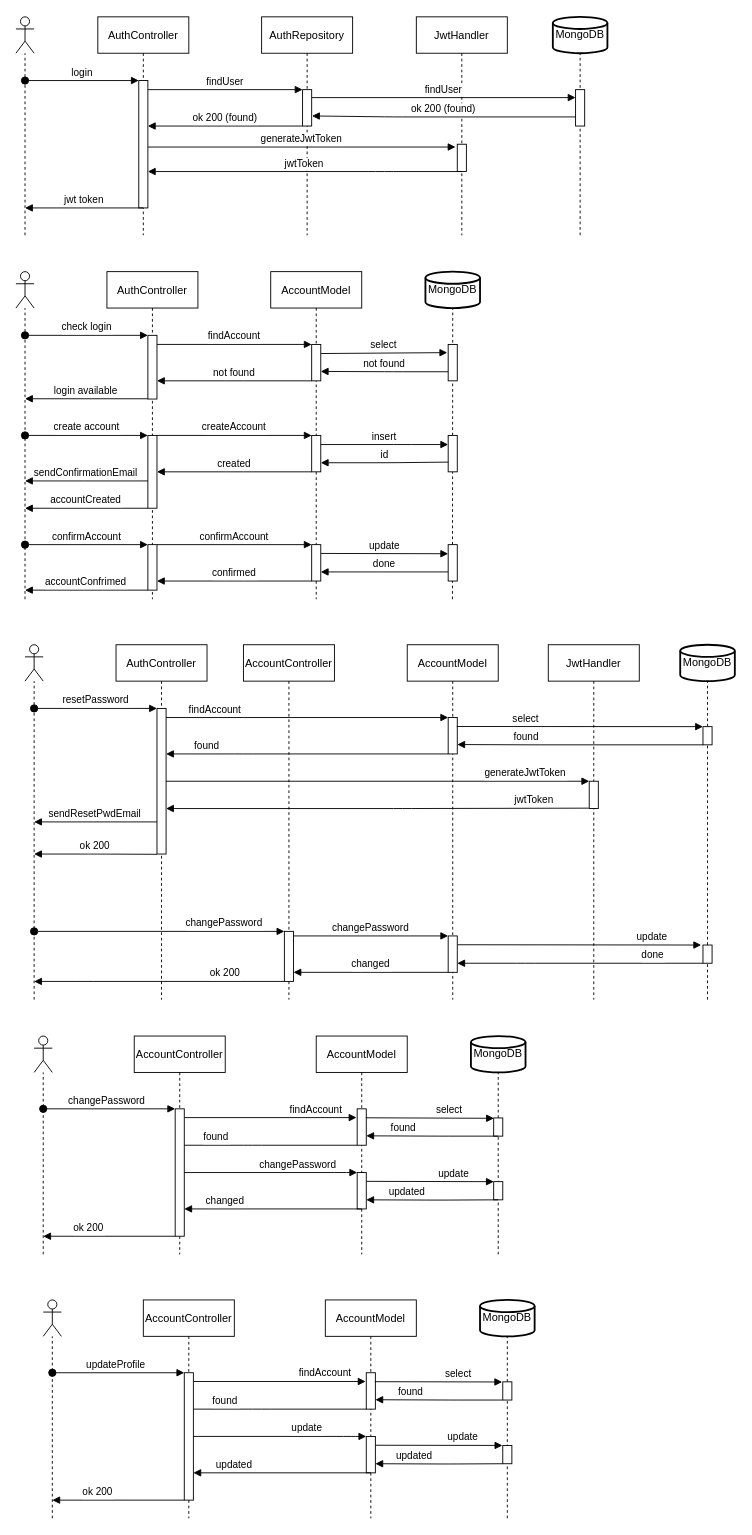
Above: diagrams/auth.drawio in shardoc/shardoc.github.io (draw.io), before the change. Source tidied: cells renumbered, new cells numbered last; positions are measured from the earlier drawing's top-left corner, leaving out a move shared by most shapes. Both pictures are drawn from the tidied source at 91%, with x=0, y=0 at pixel (15, 16).
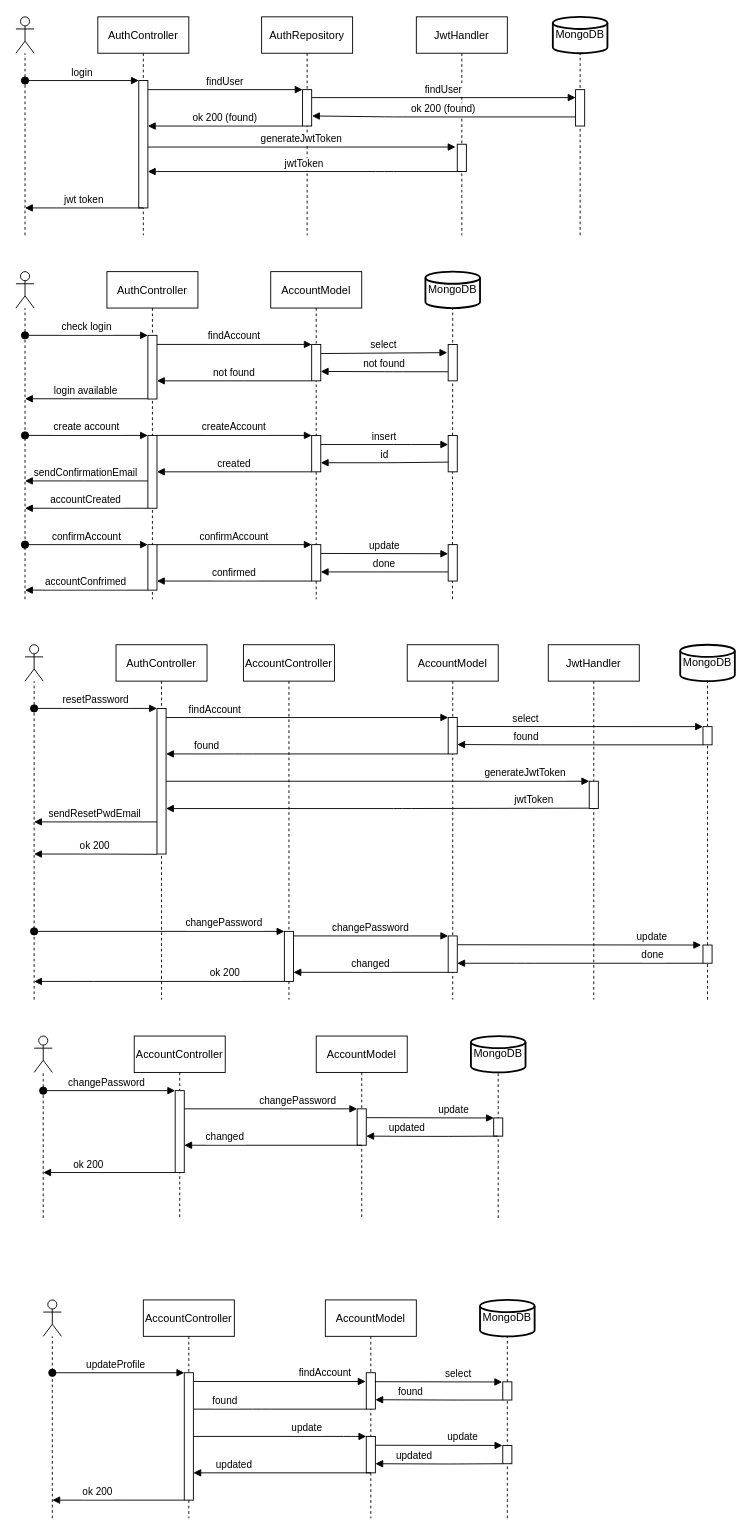
Above is the later version.

The change refers to these unchanged cells:
```xml
<mxCell id="90" style="shape=umlActor;verticalLabelPosition=bottom;verticalAlign=top;html=1;outlineConnect=0;" parent="1" vertex="1">
  <mxGeometry x="20" y="1120" width="20" height="40" as="geometry" />
</mxCell>
<mxCell id="94" value="MongoDB" style="strokeWidth=2;html=1;shape=mxgraph.flowchart.database;whiteSpace=wrap;" parent="1" vertex="1">
  <mxGeometry x="500" y="1120" width="60" height="40" as="geometry" />
</mxCell>
```

Diff of the diagram source:
```diff
@@
     <mxCell id="85" value="AccountModel" style="shape=umlLifeline;perimeter=lifelinePerimeter;rounded=0;shadow=0;strokeWidth=1;" parent="1" vertex="1">
-      <mxGeometry x="330" y="1120" width="100" height="240" as="geometry" />
+      <mxGeometry x="330" y="1120" width="100" height="200" as="geometry" />
     </mxCell>
-    <mxCell id="86" style="points=[];perimeter=orthogonalPerimeter;rounded=0;shadow=0;strokeWidth=1;" parent="85" vertex="1">
-      <mxGeometry x="45" y="80" width="10" height="40" as="geometry" />
-    </mxCell>
     <mxCell id="87" style="points=[];perimeter=orthogonalPerimeter;rounded=0;shadow=0;strokeWidth=1;" parent="85" vertex="1">
-      <mxGeometry x="45" y="150" width="10" height="40" as="geometry" />
+      <mxGeometry x="45" y="80" width="10" height="40" as="geometry" />
     </mxCell>
-    <mxCell id="88" value="findAccount" style="verticalAlign=bottom;endArrow=block;shadow=0;strokeWidth=1;entryX=-0.074;entryY=0.241;entryDx=0;entryDy=0;entryPerimeter=0;" parent="1" edge="1" source="102" target="86">
-      <mxGeometry x="0.53" relative="1" as="geometry" />
-    </mxCell>
-    <mxCell id="89" value="found" style="verticalAlign=bottom;endArrow=block;shadow=0;strokeWidth=1;" parent="1" edge="1" source="86">
-      <mxGeometry x="0.55" relative="1" as="geometry">
-        <mxPoint x="175" y="1240" as="targetPoint" />
-        <Array as="points">
-          <mxPoint x="260" y="1240" />
-        </Array>
-      </mxGeometry>
-    </mxCell>
@@
     <mxCell id="91" style="endArrow=none;dashed=1;html=1;" parent="1" edge="1" target="90">
       <mxGeometry relative="1" as="geometry">
-        <mxPoint x="30" y="1360" as="sourcePoint" />
+        <mxPoint x="30" y="1320" as="sourcePoint" />
       </mxGeometry>
     </mxCell>
     <mxCell id="92" value="changePassword" style="verticalAlign=bottom;startArrow=oval;endArrow=block;startSize=8;shadow=0;strokeWidth=1;" parent="1" edge="1">
       <mxGeometry x="-0.03" relative="1" as="geometry">
-        <mxPoint x="30" y="1200" as="sourcePoint" />
-        <mxPoint x="175" y="1200" as="targetPoint" />
+        <mxPoint x="30" y="1180" as="sourcePoint" />
+        <mxPoint x="175" y="1180" as="targetPoint" />
       </mxGeometry>
     </mxCell>
     <mxCell id="93" value="ok 200" style="verticalAlign=bottom;endArrow=block;shadow=0;strokeWidth=1;" parent="1" edge="1">
       <mxGeometry x="0.31" relative="1" as="geometry">
-        <mxPoint x="175" y="1340" as="sourcePoint" />
-        <mxPoint x="30" y="1340" as="targetPoint" />
+        <mxPoint x="175" y="1270" as="sourcePoint" />
+        <mxPoint x="30" y="1270" as="targetPoint" />
         <Array as="points">
-          <mxPoint x="100" y="1340" />
+          <mxPoint x="100" y="1270" />
         </Array>
       </mxGeometry>
     </mxCell>
@@
     <mxCell id="95" style="endArrow=none;dashed=1;html=1;entryX=0.5;entryY=1;entryDx=0;entryDy=0;entryPerimeter=0;" parent="1" edge="1" target="94">
       <mxGeometry relative="1" as="geometry">
-        <mxPoint x="530" y="1360" as="sourcePoint" />
+        <mxPoint x="530" y="1320" as="sourcePoint" />
       </mxGeometry>
     </mxCell>
-    <mxCell id="96" style="points=[];perimeter=orthogonalPerimeter;rounded=0;shadow=0;strokeWidth=1;" parent="1" vertex="1">
-      <mxGeometry x="525" y="1210" width="10" height="20" as="geometry" />
-    </mxCell>
-    <mxCell id="97" value="select" style="verticalAlign=bottom;endArrow=block;shadow=0;strokeWidth=1;exitX=0.943;exitY=0.246;exitDx=0;exitDy=0;exitPerimeter=0;entryX=0.028;entryY=0.02;entryDx=0;entryDy=0;entryPerimeter=0;" parent="1" edge="1" source="86" target="96">
-      <mxGeometry x="0.31" relative="1" as="geometry" />
-    </mxCell>
-    <mxCell id="98" value="found" style="verticalAlign=bottom;endArrow=block;shadow=0;strokeWidth=1;entryX=1;entryY=0.742;entryDx=0;entryDy=0;entryPerimeter=0;" parent="1" edge="1" target="86">
-      <mxGeometry x="0.44" relative="1" as="geometry">
-        <mxPoint x="530" y="1230" as="sourcePoint" />
-        <Array as="points">
-          <mxPoint x="465" y="1230" />
-        </Array>
-      </mxGeometry>
-    </mxCell>
     <mxCell id="99" style="points=[];perimeter=orthogonalPerimeter;rounded=0;shadow=0;strokeWidth=1;" parent="1" vertex="1">
-      <mxGeometry x="525" y="1280" width="10" height="20" as="geometry" />
+      <mxGeometry x="525" y="1210" width="10" height="20" as="geometry" />
     </mxCell>
@@
     <mxCell id="101" value="AccountController" style="shape=umlLifeline;perimeter=lifelinePerimeter;rounded=0;shadow=0;strokeWidth=1;" parent="1" vertex="1">
-      <mxGeometry x="130" y="1120" width="100" height="240" as="geometry" />
+      <mxGeometry x="130" y="1120" width="100" height="200" as="geometry" />
     </mxCell>
     <mxCell id="102" style="points=[];perimeter=orthogonalPerimeter;rounded=0;shadow=0;strokeWidth=1;" parent="1" vertex="1">
-      <mxGeometry x="175" y="1200" width="10" height="140" as="geometry" />
+      <mxGeometry x="175" y="1180" width="10" height="90" as="geometry" />
     </mxCell>
     <mxCell id="103" value="changePassword" style="verticalAlign=bottom;endArrow=block;shadow=0;strokeWidth=1;" parent="1" edge="1" source="102" target="87">
       <mxGeometry x="0.32" relative="1" as="geometry">
         <Array as="points">
-          <mxPoint x="360" y="1270" />
+          <mxPoint x="360" y="1200" />
         </Array>
       </mxGeometry>
     </mxCell>
     <mxCell id="104" value="changed" style="verticalAlign=bottom;endArrow=block;shadow=0;strokeWidth=1;" parent="1" edge="1" target="102">
       <mxGeometry x="0.54" relative="1" as="geometry">
-        <mxPoint x="380" y="1310" as="sourcePoint" />
+        <mxPoint x="380" y="1240" as="sourcePoint" />
       </mxGeometry>
     </mxCell>
     <mxCell id="105" value="updated" style="verticalAlign=bottom;endArrow=block;shadow=0;strokeWidth=1;entryX=1;entryY=0.742;entryDx=0;entryDy=0;entryPerimeter=0;" parent="1" edge="1">
       <mxGeometry x="0.38" relative="1" as="geometry">
-        <mxPoint x="530" y="1300" as="sourcePoint" />
-        <mxPoint x="385" y="1300" as="targetPoint" />
+        <mxPoint x="530" y="1230" as="sourcePoint" />
+        <mxPoint x="385" y="1230" as="targetPoint" />
         <Array as="points">
-          <mxPoint x="465" y="1300.3" />
+          <mxPoint x="465" y="1230.3" />
         </Array>
       </mxGeometry>
     </mxCell>
```
